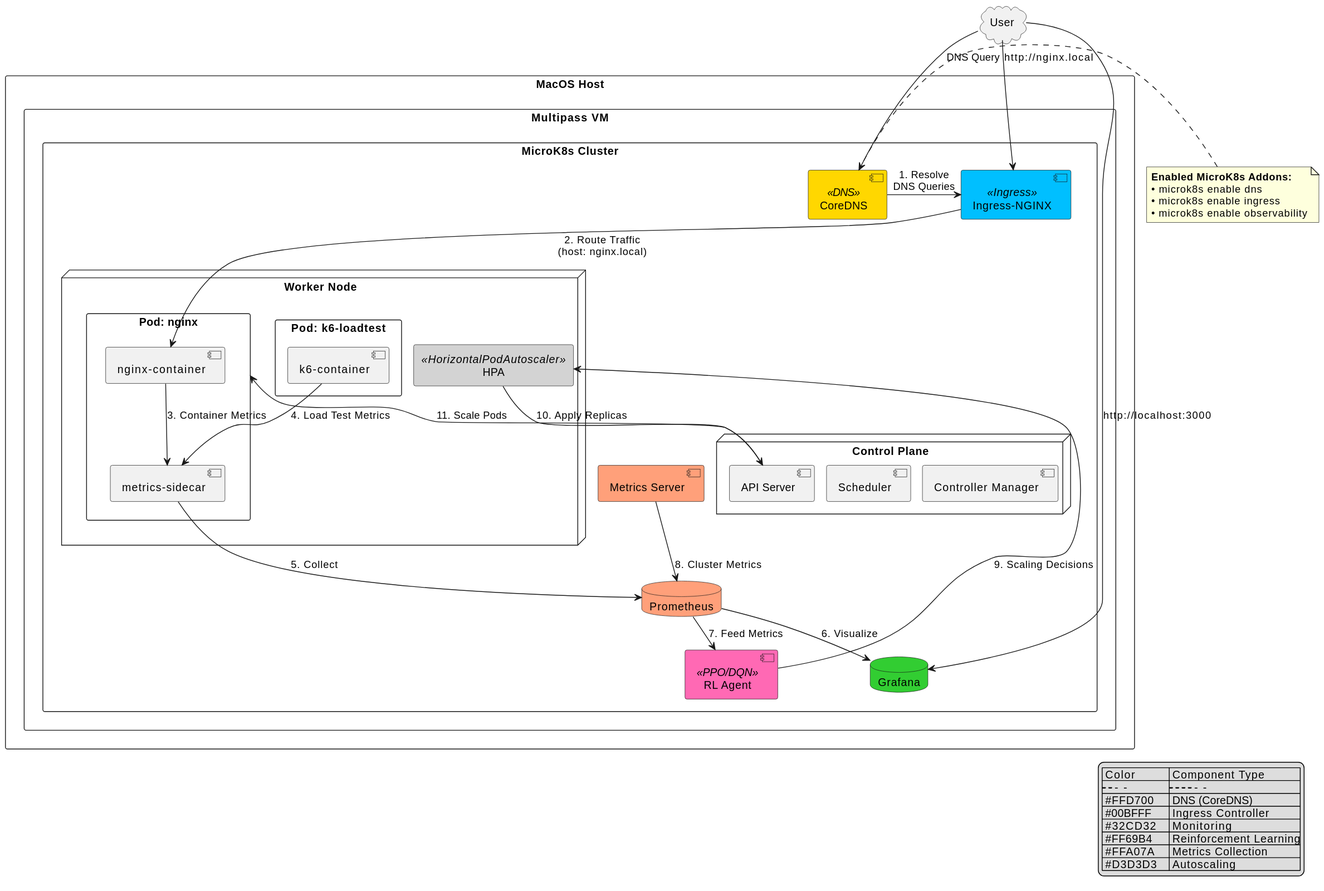
This is out/architecture/MicroK8s-Full-Architecture.svg from rohmatmret/microk8s-autoscaling, a PlantUML export, as it was before one commit. Its diagram source:
```plantuml
@startuml
skinparam shadowing false
skinparam nodesep 15
skinparam ranksep 25

rectangle "MacOS Host" {
  rectangle "Multipass VM" {
    rectangle "MicroK8s Cluster" {
      component "CoreDNS" as coredns <<DNS>> #FFD700
      component "Ingress-NGINX" as ingress <<Ingress>> #00BFFF

      database "Grafana" as grafana #32CD32
      component "RL Agent" as rl_agent <<PPO/DQN>> #FF69B4
      database "Prometheus" as prometheus #FFA07A
      component "Metrics Server" as metrics_server #FFA07A

      node "Worker Node" {
        rectangle "Pod: nginx" as nginx {
          component "nginx-container" as nginx_ctr
          component "metrics-sidecar" as metrics
        }

        rectangle "Pod: k6-loadtest" as k6 {
          component "k6-container" as k6_ctr
        }

        rectangle "HPA" as hpa <<HorizontalPodAutoscaler>> #D3D3D3
      }

      node "Control Plane" {
        component "API Server" as api
        component "Scheduler" as scheduler
        component "Controller Manager" as ctrl
      }
    }
  }
}

coredns -right-> ingress : "1. Resolve\nDNS Queries"
ingress -down-> nginx_ctr : "2. Route Traffic\n(host: nginx.local)"

nginx_ctr --> metrics : "3. Container Metrics"
k6_ctr --> metrics : "4. Load Test Metrics"
metrics --> prometheus : "5. Collect"
prometheus --> grafana : "6. Visualize"
prometheus --> rl_agent : "7. Feed Metrics"
metrics_server --> prometheus : "8. Cluster Metrics"

rl_agent --> hpa : "9. Scaling Decisions"
hpa --> api : "10. Apply Replicas"
api --> nginx : "11. Scale Pods"

cloud "User" as user
user -> coredns : "DNS Query"
user --> ingress : "http://nginx.local"
user --> grafana : "http://localhost:3000"

legend right
  | Color       | Component Type       |
  |------------|----------------------|
  | #FFD700    | DNS (CoreDNS)        |
  | #00BFFF    | Ingress Controller   |
  | #32CD32    | Monitoring           |
  | #FF69B4    | Reinforcement Learning|
  | #FFA07A    | Metrics Collection   |
  | #D3D3D3    | Autoscaling          |
endlegend

note left of coredns
  **Enabled MicroK8s Addons:**
  • microk8s enable dns
  • microk8s enable ingress
  • microk8s enable observability
end note
@enduml
```
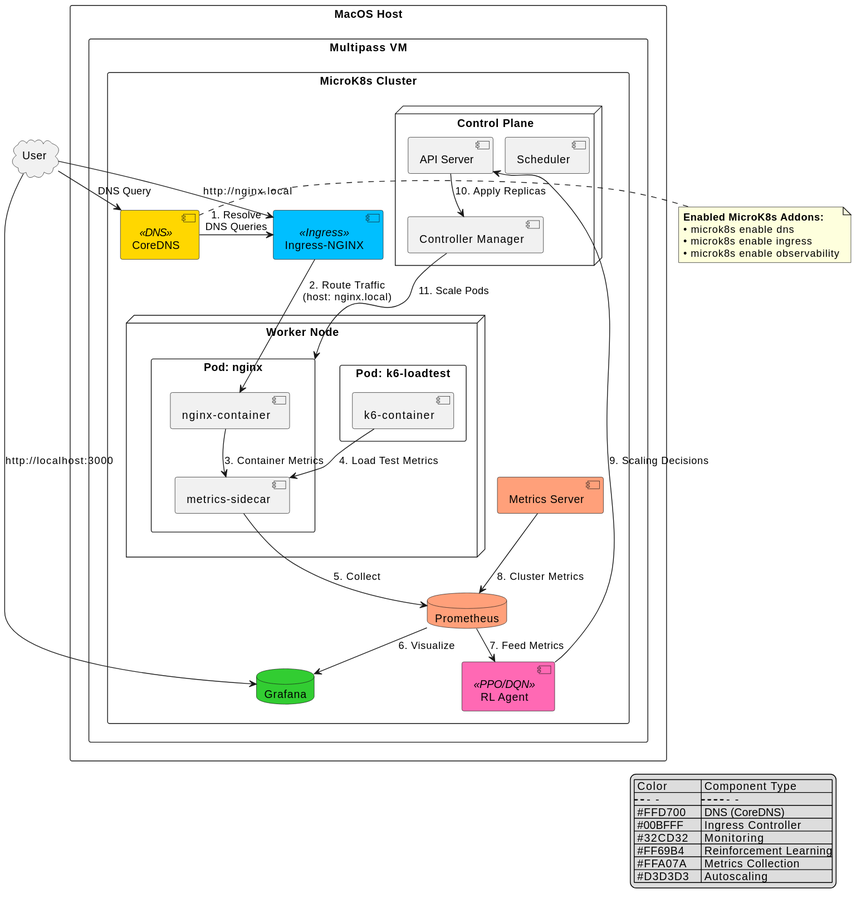
Later version of the same file.

Commit message:
change diagram architecture

What changed in the source:
```diff
@@ -23,8 +23,6 @@
         rectangle "Pod: k6-loadtest" as k6 {
           component "k6-container" as k6_ctr
         }
-
-        rectangle "HPA" as hpa <<HorizontalPodAutoscaler>> #D3D3D3
       }
 
       node "Control Plane" {
@@ -46,9 +44,9 @@
 prometheus --> rl_agent : "7. Feed Metrics"
 metrics_server --> prometheus : "8. Cluster Metrics"
 
-rl_agent --> hpa : "9. Scaling Decisions"
-hpa --> api : "10. Apply Replicas"
-api --> nginx : "11. Scale Pods"
+rl_agent --> api : "9. Scaling Decisions"
+api --> ctrl : "10. Apply Replicas"
+ctrl --> nginx : "11. Scale Pods"
 
 cloud "User" as user
 user -> coredns : "DNS Query"
```
